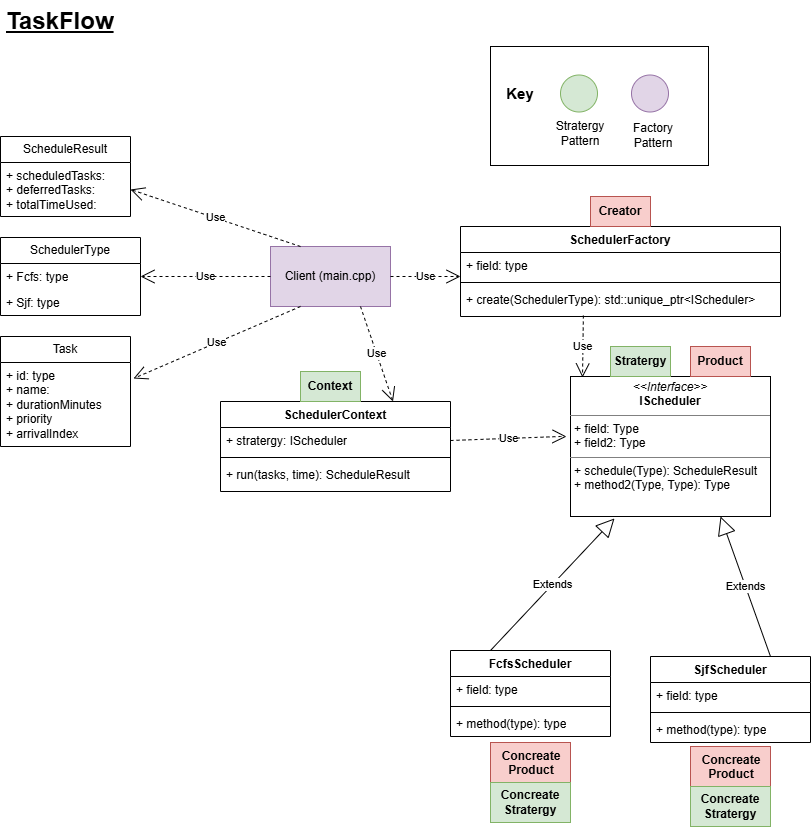
Before: Design/OO Design.drawio.png, a diagram exported from draw.io (shawCampbell/TaskFlow). Source tidied: cells renumbered, new cells last; positions are measured from the earlier drawing's top-left corner, leaving out a move shared by most shapes.
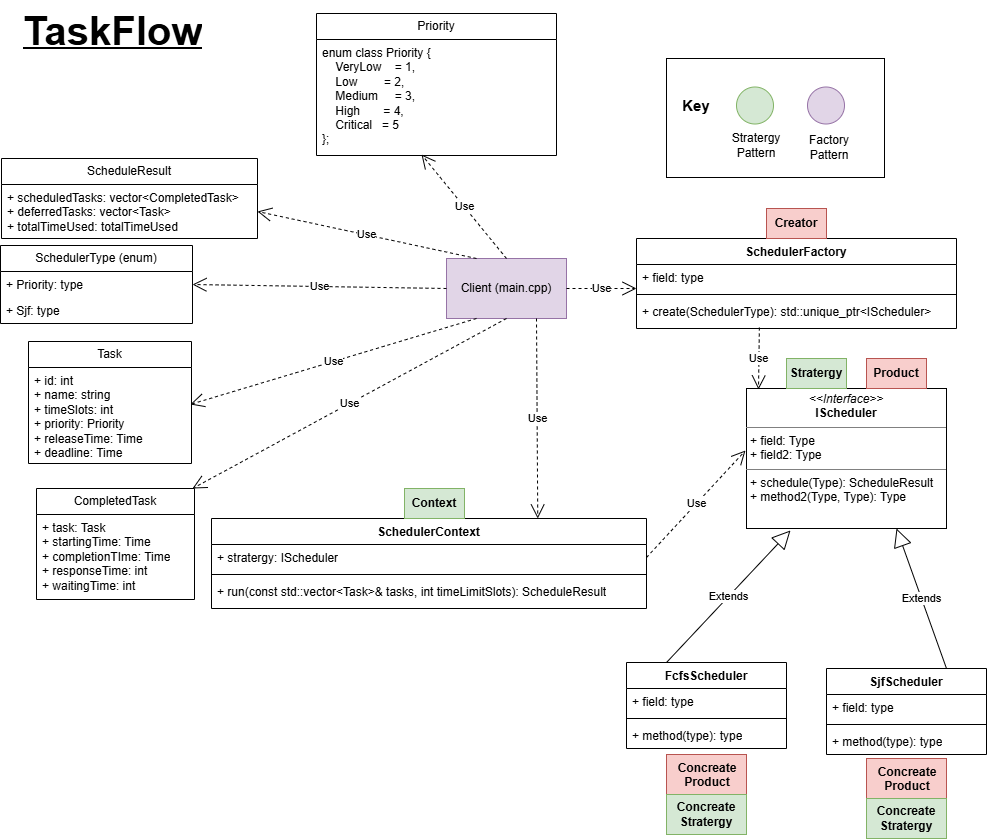
Later version of the same file.

Commit message:
updated design to reflect code adjustments

What changed in the source:
```diff
@@ -6,16 +6,16 @@
       <mxGeometry x="490" y="46" width="218" height="119" as="geometry" />
     </mxCell>
     <mxCell id="3" value="Task" style="swimlane;fontStyle=0;horizontal=1;startSize=26;fillColor=none;whiteSpace=wrap;html=1;" parent="1" vertex="1">
-      <mxGeometry y="336" width="130" height="110" as="geometry" />
+      <mxGeometry x="-148" y="329" width="163" height="122" as="geometry" />
     </mxCell>
-    <mxCell id="4" value="+ id: type&lt;div&gt;+ name:&lt;/div&gt;&lt;div&gt;+ durationMinutes&lt;/div&gt;&lt;div&gt;+ priority&lt;/div&gt;&lt;div&gt;+ arrivalIndex&lt;/div&gt;" style="text;strokeColor=none;fillColor=none;align=left;verticalAlign=top;spacingLeft=4;spacingRight=4;overflow=hidden;points=[[0,0.5],[1,0.5]];portConstraint=eastwest;whiteSpace=wrap;html=1;" parent="3" vertex="1">
-      <mxGeometry y="26" width="130" height="84" as="geometry" />
+    <mxCell id="4" value="+ id: int&lt;div&gt;+ name: string&lt;/div&gt;&lt;div&gt;+ timeSlots: int&lt;/div&gt;&lt;div&gt;+ priority: Priority&lt;/div&gt;&lt;div&gt;+ releaseTime: Time&lt;/div&gt;&lt;div&gt;+ deadline: Time&lt;/div&gt;" style="text;strokeColor=none;fillColor=none;align=left;verticalAlign=top;spacingLeft=4;spacingRight=4;overflow=hidden;points=[[0,0.5],[1,0.5]];portConstraint=eastwest;whiteSpace=wrap;html=1;" parent="3" vertex="1">
+      <mxGeometry y="26" width="163" height="96" as="geometry" />
     </mxCell>
     <mxCell id="5" value="ScheduleResult" style="swimlane;fontStyle=0;horizontal=1;startSize=26;fillColor=none;whiteSpace=wrap;html=1;" parent="1" vertex="1">
-      <mxGeometry y="136" width="130" height="80" as="geometry" />
+      <mxGeometry x="-175" y="146" width="256" height="80" as="geometry" />
     </mxCell>
-    <mxCell id="6" value="+ scheduledTasks:&lt;div&gt;+ deferredTasks:&lt;/div&gt;&lt;div&gt;+ totalTimeUsed:&lt;/div&gt;" style="text;strokeColor=none;fillColor=none;align=left;verticalAlign=top;spacingLeft=4;spacingRight=4;overflow=hidden;points=[[0,0.5],[1,0.5]];portConstraint=eastwest;whiteSpace=wrap;html=1;" parent="5" vertex="1">
-      <mxGeometry y="26" width="130" height="54" as="geometry" />
+    <mxCell id="6" value="+ scheduledTasks:&amp;nbsp;vector&amp;lt;CompletedTask&amp;gt;&lt;div&gt;+ deferredTasks:&amp;nbsp;vector&amp;lt;Task&amp;gt;&lt;/div&gt;&lt;div&gt;+ totalTimeUsed:&amp;nbsp;totalTimeUsed&lt;/div&gt;" style="text;strokeColor=none;fillColor=none;align=left;verticalAlign=top;spacingLeft=4;spacingRight=4;overflow=hidden;points=[[0,0.5],[1,0.5]];portConstraint=eastwest;whiteSpace=wrap;html=1;" parent="5" vertex="1">
+      <mxGeometry y="26" width="256" height="54" as="geometry" />
     </mxCell>
     <mxCell id="7" value="&lt;p style=&quot;margin:0px;margin-top:4px;text-align:center;&quot;&gt;&lt;i&gt;&amp;lt;&amp;lt;Interface&amp;gt;&amp;gt;&lt;/i&gt;&lt;br&gt;&lt;b&gt;IScheduler&lt;/b&gt;&lt;/p&gt;&lt;hr size=&quot;1&quot; style=&quot;border-style:solid;&quot;&gt;&lt;p style=&quot;margin:0px;margin-left:4px;&quot;&gt;+ field: Type&lt;br&gt;+ field2: Type&lt;/p&gt;&lt;hr size=&quot;1&quot; style=&quot;border-style:solid;&quot;&gt;&lt;p style=&quot;margin:0px;margin-left:4px;&quot;&gt;+ schedule(Type): ScheduleResult&lt;br&gt;+ method2(Type, Type): Type&lt;/p&gt;" style="verticalAlign=top;align=left;overflow=fill;html=1;whiteSpace=wrap;" parent="1" vertex="1">
       <mxGeometry x="570" y="376" width="200" height="140" as="geometry" />
@@ -74,42 +74,40 @@
     <mxCell id="25" value="&lt;b&gt;Creator&lt;/b&gt;" style="text;html=1;whiteSpace=wrap;strokeColor=#b85450;fillColor=#f8cecc;align=center;verticalAlign=middle;rounded=0;" parent="1" vertex="1">
       <mxGeometry x="590" y="196" width="60" height="30" as="geometry" />
     </mxCell>
-    <mxCell id="26" value="SchedulerType" style="swimlane;fontStyle=0;horizontal=1;startSize=26;fillColor=none;whiteSpace=wrap;html=1;" parent="1" vertex="1">
-      <mxGeometry y="237" width="140" height="78" as="geometry" />
+    <mxCell id="26" value="SchedulerType (enum)" style="swimlane;fontStyle=0;horizontal=1;startSize=26;fillColor=none;whiteSpace=wrap;html=1;" parent="1" vertex="1">
+      <mxGeometry x="-176" y="233" width="192" height="78" as="geometry" />
     </mxCell>
-    <mxCell id="27" value="+ Fcfs: type" style="text;strokeColor=none;fillColor=none;align=left;verticalAlign=top;spacingLeft=4;spacingRight=4;overflow=hidden;points=[[0,0.5],[1,0.5]];portConstraint=eastwest;whiteSpace=wrap;html=1;" parent="26" vertex="1">
-      <mxGeometry y="26" width="140" height="26" as="geometry" />
+    <mxCell id="27" value="+ Priority: type" style="text;strokeColor=none;fillColor=none;align=left;verticalAlign=top;spacingLeft=4;spacingRight=4;overflow=hidden;points=[[0,0.5],[1,0.5]];portConstraint=eastwest;whiteSpace=wrap;html=1;" parent="26" vertex="1">
+      <mxGeometry y="26" width="192" height="26" as="geometry" />
     </mxCell>
     <mxCell id="28" value="+ Sjf: type" style="text;strokeColor=none;fillColor=none;align=left;verticalAlign=top;spacingLeft=4;spacingRight=4;overflow=hidden;whiteSpace=wrap;html=1;" parent="26" vertex="1">
-      <mxGeometry y="52" width="140" height="26" as="geometry" />
+      <mxGeometry y="52" width="192" height="26" as="geometry" />
     </mxCell>
     <mxCell id="29" value="Use" style="endArrow=open;endSize=12;dashed=1;html=1;rounded=0;exitX=0.384;exitY=0.967;exitDx=0;exitDy=0;exitPerimeter=0;entryX=0.06;entryY=0.007;entryDx=0;entryDy=0;entryPerimeter=0;" parent="1" edge="1" source="21" target="7">
       <mxGeometry relative="1" as="geometry" />
     </mxCell>
     <mxCell id="30" value="SchedulerContext" style="swimlane;fontStyle=1;align=center;verticalAlign=top;horizontal=1;startSize=26;whiteSpace=wrap;html=1;" parent="1" vertex="1">
-      <mxGeometry x="220" y="401" width="230" height="90" as="geometry" />
+      <mxGeometry x="35" y="506" width="435" height="90" as="geometry" />
     </mxCell>
     <mxCell id="31" value="+ stratergy: IScheduler" style="text;strokeColor=none;fillColor=none;align=left;verticalAlign=top;spacingLeft=4;spacingRight=4;overflow=hidden;points=[[0,0.5],[1,0.5]];portConstraint=eastwest;whiteSpace=wrap;html=1;" parent="30" vertex="1">
-      <mxGeometry y="26" width="230" height="26" as="geometry" />
+      <mxGeometry y="26" width="435" height="26" as="geometry" />
     </mxCell>
     <mxCell id="32" style="line;strokeWidth=1;fillColor=none;align=left;verticalAlign=middle;spacingTop=-1;spacingLeft=3;spacingRight=3;labelPosition=right;strokeColor=inherit;" parent="30" vertex="1">
-      <mxGeometry y="52" width="230" height="8" as="geometry" />
+      <mxGeometry y="52" width="435" height="8" as="geometry" />
     </mxCell>
-    <mxCell id="33" value="+ run(tasks, time): ScheduleResult" style="text;strokeColor=none;fillColor=none;align=left;verticalAlign=top;spacingLeft=4;spacingRight=4;overflow=hidden;whiteSpace=wrap;html=1;" parent="30" vertex="1">
-      <mxGeometry y="60" width="230" height="30" as="geometry" />
+    <mxCell id="33" value="+ run(const std::vector&amp;lt;Task&amp;gt;&amp;amp; tasks, int timeLimitSlots): ScheduleResult" style="text;strokeColor=none;fillColor=none;align=left;verticalAlign=top;spacingLeft=4;spacingRight=4;overflow=hidden;whiteSpace=wrap;html=1;" parent="30" vertex="1">
+      <mxGeometry y="60" width="435" height="30" as="geometry" />
     </mxCell>
-    <mxCell id="34" value="Use" style="endArrow=open;endSize=12;dashed=1;html=1;rounded=0;exitX=1;exitY=0.5;exitDx=0;exitDy=0;entryX=-0.02;entryY=0.429;entryDx=0;entryDy=0;entryPerimeter=0;" parent="1" edge="1" source="31" target="7">
+    <mxCell id="34" value="Use" style="endArrow=open;endSize=12;dashed=1;html=1;rounded=0;exitX=1;exitY=0.5;exitDx=0;exitDy=0;" parent="1" edge="1" source="31">
       <mxGeometry relative="1" as="geometry">
-        <Array as="points">
-          <mxPoint x="560" y="436" />
-        </Array>
+        <mxPoint x="569" y="438" as="targetPoint" />
       </mxGeometry>
     </mxCell>
     <mxCell id="35" value="Client (main.cpp)" style="rounded=0;whiteSpace=wrap;html=1;fillColor=#e1d5e7;strokeColor=#9673a6;" parent="1" vertex="1">
       <mxGeometry x="270" y="246" width="120" height="60" as="geometry" />
     </mxCell>
     <mxCell id="36" value="&lt;b&gt;Context&lt;/b&gt;" style="text;html=1;whiteSpace=wrap;strokeColor=#82b366;fillColor=#d5e8d4;align=center;verticalAlign=middle;rounded=0;" parent="1" vertex="1">
-      <mxGeometry x="300" y="371" width="60" height="30" as="geometry" />
+      <mxGeometry x="228" y="476" width="60" height="30" as="geometry" />
     </mxCell>
     <mxCell id="37" value="&lt;b&gt;Stratergy&lt;/b&gt;" style="text;html=1;whiteSpace=wrap;strokeColor=#82b366;fillColor=#d5e8d4;align=center;verticalAlign=middle;rounded=0;" parent="1" vertex="1">
       <mxGeometry x="610" y="346" width="60" height="30" as="geometry" />
@@ -126,10 +124,8 @@
     <mxCell id="41" value="Use" style="endArrow=open;endSize=12;dashed=1;html=1;rounded=0;entryX=1;entryY=0.5;entryDx=0;entryDy=0;exitX=0;exitY=0.5;exitDx=0;exitDy=0;" parent="1" edge="1" source="35" target="27">
       <mxGeometry relative="1" as="geometry" />
     </mxCell>
-    <mxCell id="42" value="Use" style="endArrow=open;endSize=12;dashed=1;html=1;rounded=0;exitX=0.25;exitY=1;exitDx=0;exitDy=0;" parent="1" edge="1" source="35">
-      <mxGeometry relative="1" as="geometry">
-        <mxPoint x="133" y="378" as="targetPoint" />
-      </mxGeometry>
+    <mxCell id="42" value="Use" style="endArrow=open;endSize=12;dashed=1;html=1;rounded=0;exitX=0.25;exitY=1;exitDx=0;exitDy=0;entryX=0.992;entryY=0.385;entryDx=0;entryDy=0;entryPerimeter=0;" parent="1" edge="1" source="35" target="4">
+      <mxGeometry relative="1" as="geometry" />
     </mxCell>
     <mxCell id="43" value="Use" style="endArrow=open;endSize=12;dashed=1;html=1;rounded=0;exitX=1;exitY=0.5;exitDx=0;exitDy=0;entryX=0;entryY=0.923;entryDx=0;entryDy=0;entryPerimeter=0;" parent="1" edge="1" source="35" target="19">
       <mxGeometry relative="1" as="geometry" />
@@ -152,8 +148,30 @@
     <mxCell id="49" value="Factory Pattern" style="text;html=1;whiteSpace=wrap;strokeColor=none;fillColor=none;align=center;verticalAlign=middle;rounded=0;" parent="1" vertex="1">
       <mxGeometry x="623" y="120" width="60" height="30" as="geometry" />
     </mxCell>
-    <mxCell id="50" value="&lt;h1 style=&quot;margin-top: 0px;&quot;&gt;&lt;u&gt;TaskFlow&lt;/u&gt;&lt;/h1&gt;&lt;p&gt;&lt;br&gt;&lt;/p&gt;" style="text;html=1;whiteSpace=wrap;overflow=hidden;rounded=0;" parent="1" vertex="1">
-      <mxGeometry x="4" width="180" height="120" as="geometry" />
+    <mxCell id="50" value="&lt;h1 style=&quot;margin-top: 0px;&quot;&gt;&lt;u&gt;&lt;font style=&quot;font-size: 40px;&quot;&gt;TaskFlow&lt;/font&gt;&lt;/u&gt;&lt;/h1&gt;&lt;p&gt;&lt;br&gt;&lt;/p&gt;" style="text;html=1;whiteSpace=wrap;overflow=hidden;rounded=0;" parent="1" vertex="1">
+      <mxGeometry x="-155" y="-12" width="243" height="120" as="geometry" />
     </mxCell>
+    <mxCell id="51" value="Use" style="endArrow=open;endSize=12;dashed=1;html=1;rounded=0;exitX=0.5;exitY=0;exitDx=0;exitDy=0;entryX=0.5;entryY=1;entryDx=0;entryDy=0;" parent="1" edge="1" source="35">
+      <mxGeometry relative="1" as="geometry">
+        <mxPoint x="245" y="142" as="targetPoint" />
+      </mxGeometry>
+    </mxCell>
+    <mxCell id="52" value="CompletedTask" style="swimlane;fontStyle=0;horizontal=1;startSize=26;fillColor=none;whiteSpace=wrap;html=1;" parent="1" vertex="1">
+      <mxGeometry x="-140" y="476" width="158" height="111" as="geometry" />
+    </mxCell>
+    <mxCell id="53" value="+ task: Task&lt;div&gt;+ startingTime: Time&lt;/div&gt;&lt;div&gt;+ completionTIme: Time&lt;/div&gt;&lt;div&gt;+ responseTime: int&lt;/div&gt;&lt;div&gt;+ waitingTime: int&lt;/div&gt;" style="text;strokeColor=none;fillColor=none;align=left;verticalAlign=top;spacingLeft=4;spacingRight=4;overflow=hidden;whiteSpace=wrap;html=1;" parent="52" vertex="1">
+      <mxGeometry y="26" width="158" height="85" as="geometry" />
+    </mxCell>
+    <mxCell id="54" value="Use" style="endArrow=open;endSize=12;dashed=1;html=1;rounded=0;exitX=0.5;exitY=1;exitDx=0;exitDy=0;entryX=0.992;entryY=0.385;entryDx=0;entryDy=0;entryPerimeter=0;" parent="1" edge="1" source="35">
+      <mxGeometry relative="1" as="geometry">
+        <mxPoint x="16" y="476" as="targetPoint" />
+      </mxGeometry>
+    </mxCell>
+    <mxCell id="55" value="Priority" style="swimlane;fontStyle=0;horizontal=1;startSize=26;fillColor=none;whiteSpace=wrap;html=1;" parent="1" vertex="1">
+      <mxGeometry x="140" y="1" width="240" height="142" as="geometry" />
+    </mxCell>
+    <mxCell id="56" value="&lt;div&gt;enum class Priority {&lt;/div&gt;&lt;div&gt;&amp;nbsp; &amp;nbsp; VeryLow&amp;nbsp; &amp;nbsp; = 1,&lt;/div&gt;&lt;div&gt;&amp;nbsp; &amp;nbsp; Low&amp;nbsp; &amp;nbsp; &amp;nbsp; &amp;nbsp; = 2,&lt;/div&gt;&lt;div&gt;&amp;nbsp; &amp;nbsp; Medium&amp;nbsp; &amp;nbsp; &amp;nbsp;= 3,&lt;/div&gt;&lt;div&gt;&amp;nbsp; &amp;nbsp; High&amp;nbsp; &amp;nbsp; &amp;nbsp; &amp;nbsp;= 4,&lt;/div&gt;&lt;div&gt;&amp;nbsp; &amp;nbsp; Critical&amp;nbsp; &amp;nbsp;= 5&lt;/div&gt;&lt;div&gt;};&lt;/div&gt;" style="text;strokeColor=none;fillColor=none;align=left;verticalAlign=top;spacingLeft=4;spacingRight=4;overflow=hidden;whiteSpace=wrap;html=1;" parent="55" vertex="1">
+      <mxGeometry y="26" width="240" height="116" as="geometry" />
+    </mxCell>
   </root>
 </mxGraphModel>
```
